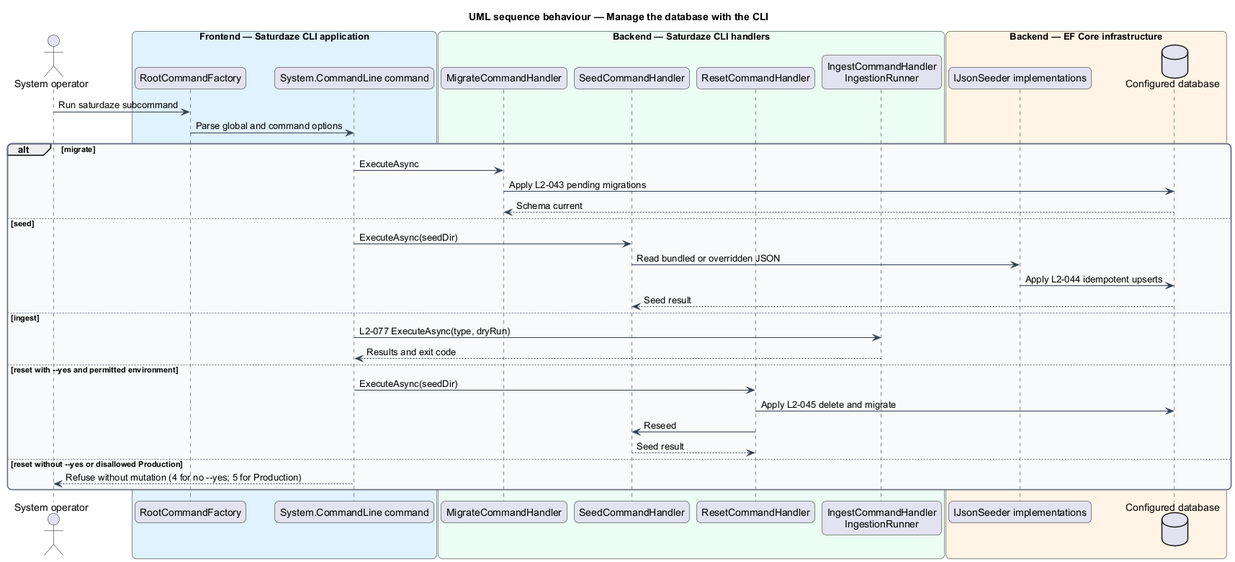
This is docs/detailed-designs/administration/manage-database-with-cli/diagrams/sequence-database-cli.png from QuinntyneBrown/saturdaze, a PlantUML export, as it was before one commit.
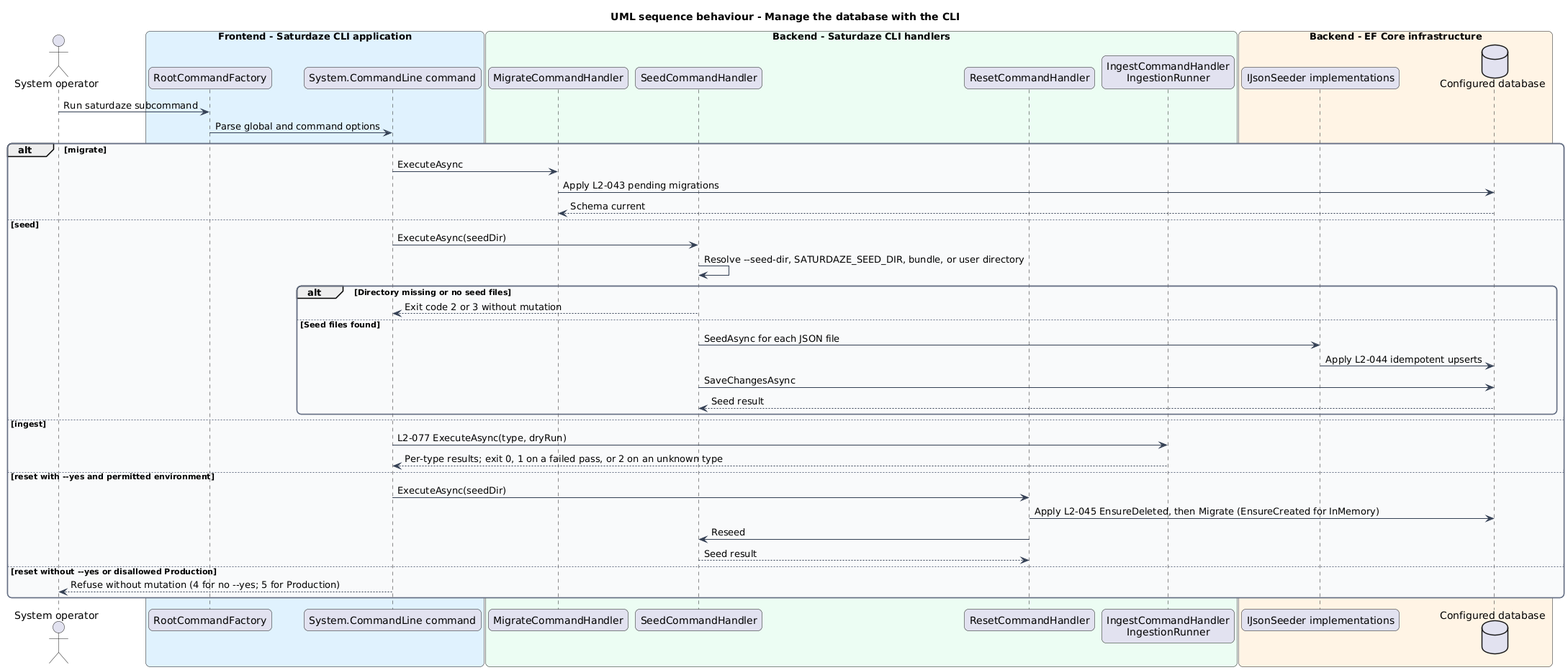
Above is the later version.

Diff of the diagram source:
```diff
@@ -1,5 +1,5 @@
 @startuml
-title UML sequence behaviour — Manage the database with the CLI
+title UML sequence behaviour - Manage the database with the CLI
 skinparam backgroundColor #FFFFFF
 skinparam shadowing false
 skinparam roundcorner 12
@@ -15,17 +15,17 @@
   BackgroundColor #F9FAFB
 }
 actor "System operator" as operator
-box "Frontend — Saturdaze CLI application" #E0F2FE
+box "Frontend - Saturdaze CLI application" #E0F2FE
   participant "RootCommandFactory" as root
   participant "System.CommandLine command" as command
 end box
-box "Backend — Saturdaze CLI handlers" #ECFDF3
+box "Backend - Saturdaze CLI handlers" #ECFDF3
   participant "MigrateCommandHandler" as migrate
   participant "SeedCommandHandler" as seed
   participant "ResetCommandHandler" as reset
   participant "IngestCommandHandler\nIngestionRunner" as ingest
 end box
-box "Backend — EF Core infrastructure" #FFF4E5
+box "Backend - EF Core infrastructure" #FFF4E5
   participant "IJsonSeeder implementations" as seeders
   database "Configured database" as db
 end box
@@ -37,15 +37,21 @@
   db --> migrate : Schema current
 else seed
   command -> seed : ExecuteAsync(seedDir)
-  seed -> seeders : Read bundled or overridden JSON
-  seeders -> db : Apply L2-044 idempotent upserts
-  db --> seed : Seed result
+  seed -> seed : Resolve --seed-dir, SATURDAZE_SEED_DIR, bundle, or user directory
+  alt Directory missing or no seed files
+    seed --> command : Exit code 2 or 3 without mutation
+  else Seed files found
+    seed -> seeders : SeedAsync for each JSON file
+    seeders -> db : Apply L2-044 idempotent upserts
+    seed -> db : SaveChangesAsync
+    db --> seed : Seed result
+  end
 else ingest
   command -> ingest : L2-077 ExecuteAsync(type, dryRun)
-  ingest --> command : Results and exit code
+  ingest --> command : Per-type results; exit 0, 1 on a failed pass, or 2 on an unknown type
 else reset with --yes and permitted environment
   command -> reset : ExecuteAsync(seedDir)
-  reset -> db : Apply L2-045 delete and migrate
+  reset -> db : Apply L2-045 EnsureDeleted, then Migrate (EnsureCreated for InMemory)
   reset -> seed : Reseed
   seed --> reset : Seed result
 else reset without --yes or disallowed Production
```
